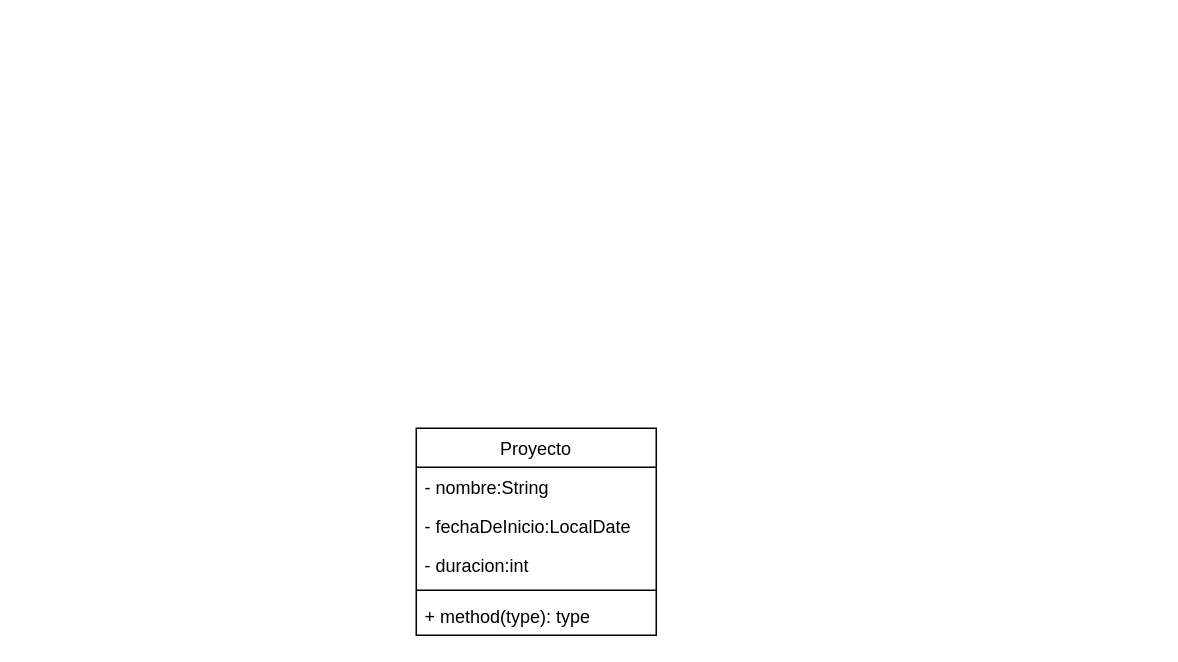
The draw.io diagram unq-po2-1erParcial-2022-Secretarias.drawio in nhubczyk/Diagramas-UML, before the edit. Source tidied: cells renumbered, new cells numbered last; positions are measured from the earlier drawing's top-left corner, leaving out a move shared by most shapes. Both pictures are drawn from the tidied source at 150%, with x=0, y=0 at pixel (416, 428).
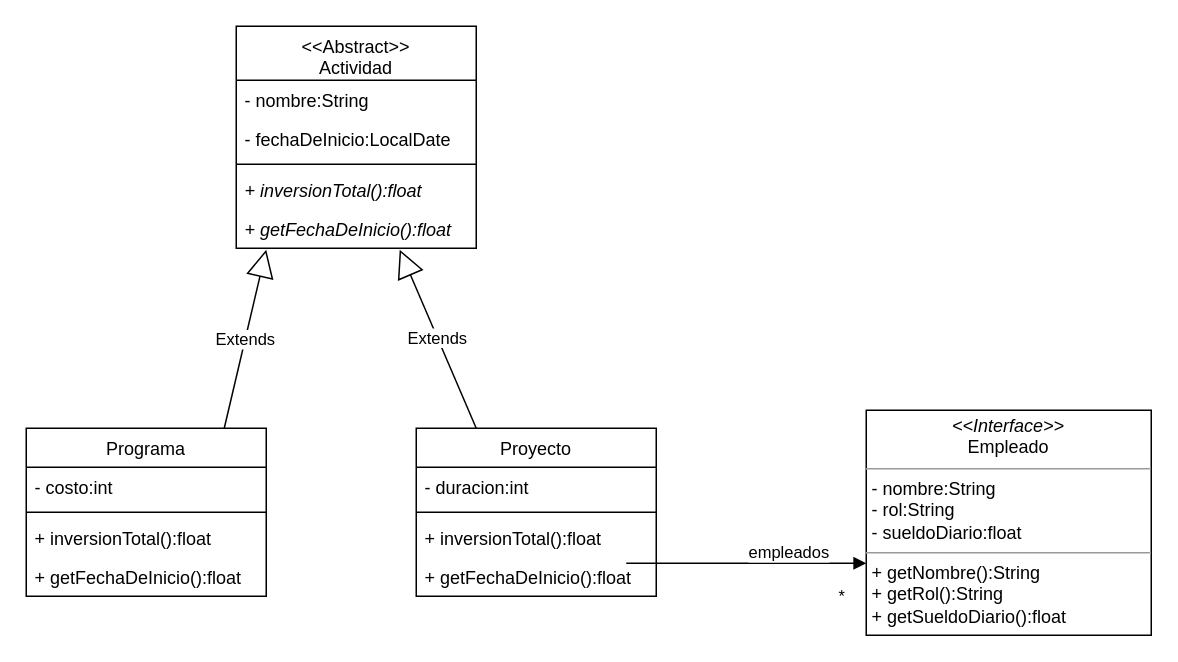
The same diagram, later.

Change to the diagram source:
```diff
@@
     <mxCell id="2" value="Proyecto" style="swimlane;fontStyle=0;align=center;verticalAlign=top;horizontal=1;startSize=26;" parent="1" vertex="1">
-      <mxGeometry width="160" height="138" as="geometry" />
+      <mxGeometry width="160" height="112" as="geometry" />
     </mxCell>
-    <mxCell id="3" value="- nombre:String" style="text;strokeColor=none;fillColor=none;align=left;verticalAlign=top;spacingLeft=4;spacingRight=4;overflow=hidden;" parent="2" vertex="1">
-      <mxGeometry y="26" width="160" height="26" as="geometry" />
-    </mxCell>
-    <mxCell id="4" value="- fechaDeInicio:LocalDate" style="text;strokeColor=none;fillColor=none;align=left;verticalAlign=top;spacingLeft=4;spacingRight=4;overflow=hidden;" parent="2" vertex="1">
-      <mxGeometry y="52" width="160" height="26" as="geometry" />
-    </mxCell>
     <mxCell id="5" value="- duracion:int" style="text;strokeColor=none;fillColor=none;align=left;verticalAlign=top;spacingLeft=4;spacingRight=4;overflow=hidden;" parent="2" vertex="1">
-      <mxGeometry y="78" width="160" height="26" as="geometry" />
+      <mxGeometry y="26" width="160" height="26" as="geometry" />
     </mxCell>
     <mxCell id="6" style="line;strokeWidth=1;fillColor=none;align=left;verticalAlign=middle;spacingTop=-1;spacingLeft=3;spacingRight=3;labelPosition=right;strokeColor=inherit;" parent="2" vertex="1">
-      <mxGeometry y="104" width="160" height="8" as="geometry" />
+      <mxGeometry y="52" width="160" height="8" as="geometry" />
     </mxCell>
-    <mxCell id="7" value="+ method(type): type" style="text;strokeColor=none;fillColor=none;align=left;verticalAlign=top;spacingLeft=4;spacingRight=4;overflow=hidden;" parent="2" vertex="1">
-      <mxGeometry y="112" width="160" height="26" as="geometry" />
+    <mxCell id="7" value="+ inversionTotal():float" style="text;strokeColor=none;fillColor=none;align=left;verticalAlign=top;spacingLeft=4;spacingRight=4;overflow=hidden;" parent="2" vertex="1">
+      <mxGeometry y="60" width="160" height="26" as="geometry" />
     </mxCell>
+    <mxCell id="8" value="+ getFechaDeInicio():float" style="text;strokeColor=none;fillColor=none;align=left;verticalAlign=top;spacingLeft=4;spacingRight=4;overflow=hidden;fontStyle=0;" parent="2" vertex="1">
+      <mxGeometry y="86" width="160" height="26" as="geometry" />
+    </mxCell>
+    <mxCell id="9" value="&lt;p style=&quot;margin:0px;margin-top:4px;text-align:center;&quot;&gt;&lt;i&gt;&amp;lt;&amp;lt;Interface&amp;gt;&amp;gt;&lt;/i&gt;&lt;br&gt;Empleado&lt;/p&gt;&lt;hr size=&quot;1&quot;&gt;&lt;p style=&quot;margin:0px;margin-left:4px;&quot;&gt;- nombre:String&lt;/p&gt;&lt;p style=&quot;margin:0px;margin-left:4px;&quot;&gt;- rol:String&lt;/p&gt;&lt;p style=&quot;margin:0px;margin-left:4px;&quot;&gt;- sueldoDiario:float&lt;/p&gt;&lt;hr size=&quot;1&quot;&gt;&lt;p style=&quot;margin:0px;margin-left:4px;&quot;&gt;+ getNombre():String&lt;/p&gt;&lt;p style=&quot;margin:0px;margin-left:4px;&quot;&gt;+ getRol():String&lt;/p&gt;&lt;p style=&quot;margin:0px;margin-left:4px;&quot;&gt;+ getSueldoDiario():float&lt;/p&gt;" style="verticalAlign=top;align=left;overflow=fill;fontSize=12;fontFamily=Helvetica;html=1;" parent="1" vertex="1">
+      <mxGeometry x="300" y="-12" width="190" height="150" as="geometry" />
+    </mxCell>
+    <mxCell id="10" value="empleados" style="endArrow=block;endFill=1;html=1;edgeStyle=orthogonalEdgeStyle;align=left;verticalAlign=top;rounded=0;" parent="1" edge="1">
+      <mxGeometry y="20" relative="1" as="geometry">
+        <mxPoint x="140" y="90" as="sourcePoint" />
+        <mxPoint x="300" y="90" as="targetPoint" />
+      </mxGeometry>
+    </mxCell>
+    <mxCell id="11" value="*" style="edgeLabel;html=1;align=left;verticalAlign=bottom;" parent="10" vertex="1">
+      <mxGeometry x="-1" relative="1" as="geometry">
+        <mxPoint x="140" y="30" as="offset" />
+      </mxGeometry>
+    </mxCell>
+    <mxCell id="12" value="Programa" style="swimlane;fontStyle=0;align=center;verticalAlign=top;horizontal=1;startSize=26;" parent="1" vertex="1">
+      <mxGeometry x="-260" width="160" height="112" as="geometry" />
+    </mxCell>
+    <mxCell id="13" value="- costo:int" style="text;strokeColor=none;fillColor=none;align=left;verticalAlign=top;spacingLeft=4;spacingRight=4;overflow=hidden;" parent="12" vertex="1">
+      <mxGeometry y="26" width="160" height="26" as="geometry" />
+    </mxCell>
+    <mxCell id="14" style="line;strokeWidth=1;fillColor=none;align=left;verticalAlign=middle;spacingTop=-1;spacingLeft=3;spacingRight=3;labelPosition=right;strokeColor=inherit;" parent="12" vertex="1">
+      <mxGeometry y="52" width="160" height="8" as="geometry" />
+    </mxCell>
+    <mxCell id="15" value="+ inversionTotal():float" style="text;strokeColor=none;fillColor=none;align=left;verticalAlign=top;spacingLeft=4;spacingRight=4;overflow=hidden;fontStyle=0;" parent="12" vertex="1">
+      <mxGeometry y="60" width="160" height="26" as="geometry" />
+    </mxCell>
+    <mxCell id="16" value="+ getFechaDeInicio():float" style="text;strokeColor=none;fillColor=none;align=left;verticalAlign=top;spacingLeft=4;spacingRight=4;overflow=hidden;fontStyle=0;" parent="12" vertex="1">
+      <mxGeometry y="86" width="160" height="26" as="geometry" />
+    </mxCell>
+    <mxCell id="17" value="&lt;&lt;Abstract&gt;&gt;&#10;Actividad" style="swimlane;fontStyle=0;align=center;verticalAlign=top;horizontal=1;startSize=36;" parent="1" vertex="1">
+      <mxGeometry x="-120" y="-268" width="160" height="148" as="geometry" />
+    </mxCell>
+    <mxCell id="3" value="- nombre:String" style="text;strokeColor=none;fillColor=none;align=left;verticalAlign=top;spacingLeft=4;spacingRight=4;overflow=hidden;" parent="17" vertex="1">
+      <mxGeometry y="36" width="160" height="26" as="geometry" />
+    </mxCell>
+    <mxCell id="4" value="- fechaDeInicio:LocalDate" style="text;strokeColor=none;fillColor=none;align=left;verticalAlign=top;spacingLeft=4;spacingRight=4;overflow=hidden;" parent="17" vertex="1">
+      <mxGeometry y="62" width="160" height="26" as="geometry" />
+    </mxCell>
+    <mxCell id="18" style="line;strokeWidth=1;fillColor=none;align=left;verticalAlign=middle;spacingTop=-1;spacingLeft=3;spacingRight=3;labelPosition=right;strokeColor=inherit;" parent="17" vertex="1">
+      <mxGeometry y="88" width="160" height="8" as="geometry" />
+    </mxCell>
+    <mxCell id="19" value="+ inversionTotal():float" style="text;strokeColor=none;fillColor=none;align=left;verticalAlign=top;spacingLeft=4;spacingRight=4;overflow=hidden;fontStyle=2;" parent="17" vertex="1">
+      <mxGeometry y="96" width="160" height="26" as="geometry" />
+    </mxCell>
+    <mxCell id="20" value="+ getFechaDeInicio():float" style="text;strokeColor=none;fillColor=none;align=left;verticalAlign=top;spacingLeft=4;spacingRight=4;overflow=hidden;points=[[0,0.5],[1,0.5]];portConstraint=eastwest;fontStyle=2;" parent="17" vertex="1">
+      <mxGeometry y="122" width="160" height="26" as="geometry" />
+    </mxCell>
+    <mxCell id="21" value="Extends" style="endArrow=block;endSize=16;endFill=0;html=1;rounded=0;exitX=0.825;exitY=0;exitDx=0;exitDy=0;exitPerimeter=0;entryX=0.125;entryY=1.038;entryDx=0;entryDy=0;entryPerimeter=0;" parent="1" edge="1" source="12" target="20">
+      <mxGeometry relative="1" as="geometry" />
+    </mxCell>
+    <mxCell id="22" value="Extends" style="endArrow=block;endSize=16;endFill=0;html=1;rounded=0;exitX=0.25;exitY=0;exitDx=0;exitDy=0;entryX=0.681;entryY=1.038;entryDx=0;entryDy=0;entryPerimeter=0;" parent="1" edge="1" source="2" target="20">
+      <mxGeometry relative="1" as="geometry" />
+    </mxCell>
```
